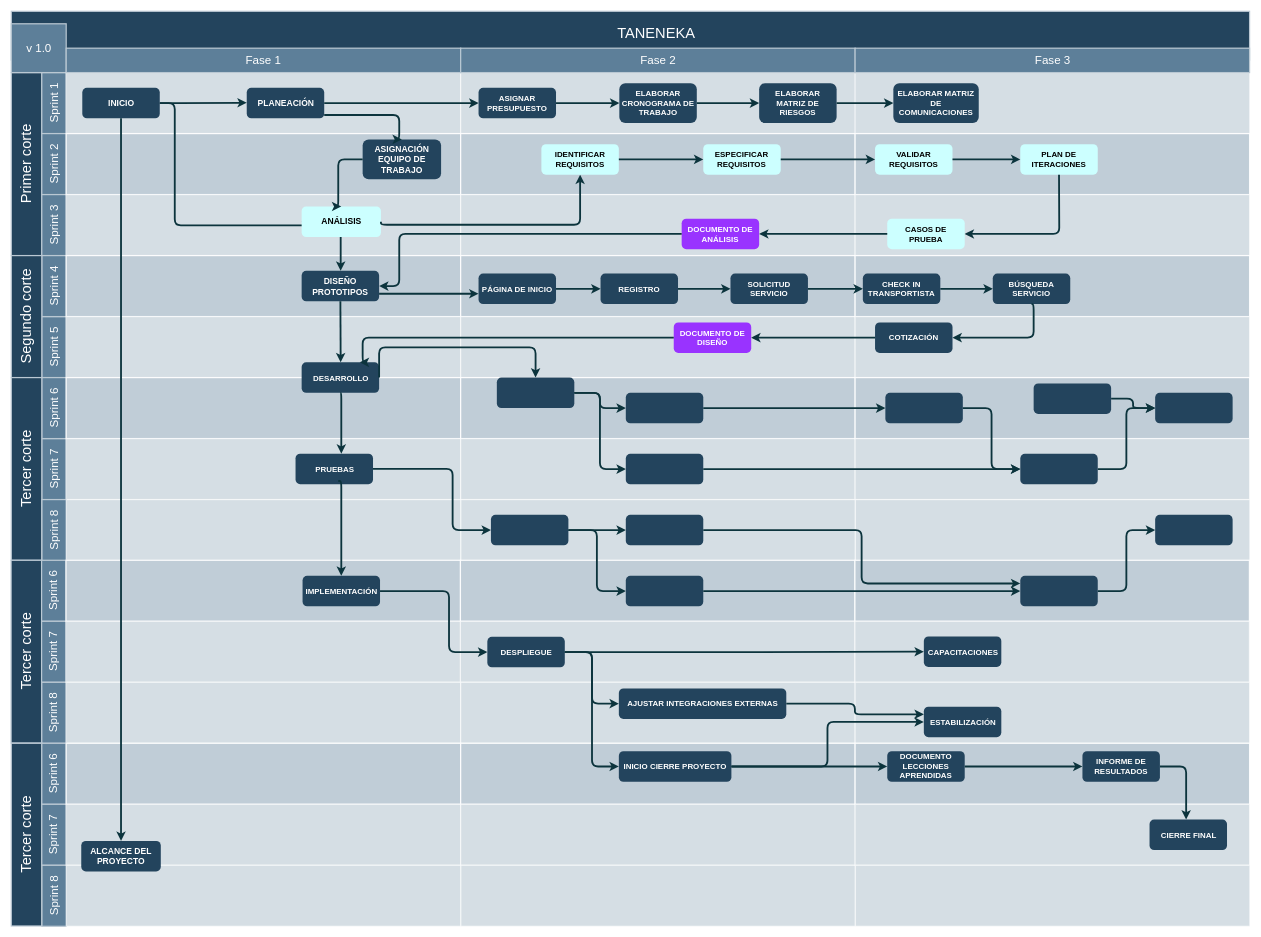
This is src/Untitled Diagram.drawio from lilitoones/ejercicios-open-bootcamp, a draw.io file, before an edit. Source tidied: cells renumbered, new cells numbered last; positions are measured from the earlier drawing's top-left corner, leaving out a move shared by most shapes. Both pictures are drawn from the tidied source at 61%, with x=0, y=0 at pixel (11, 11).
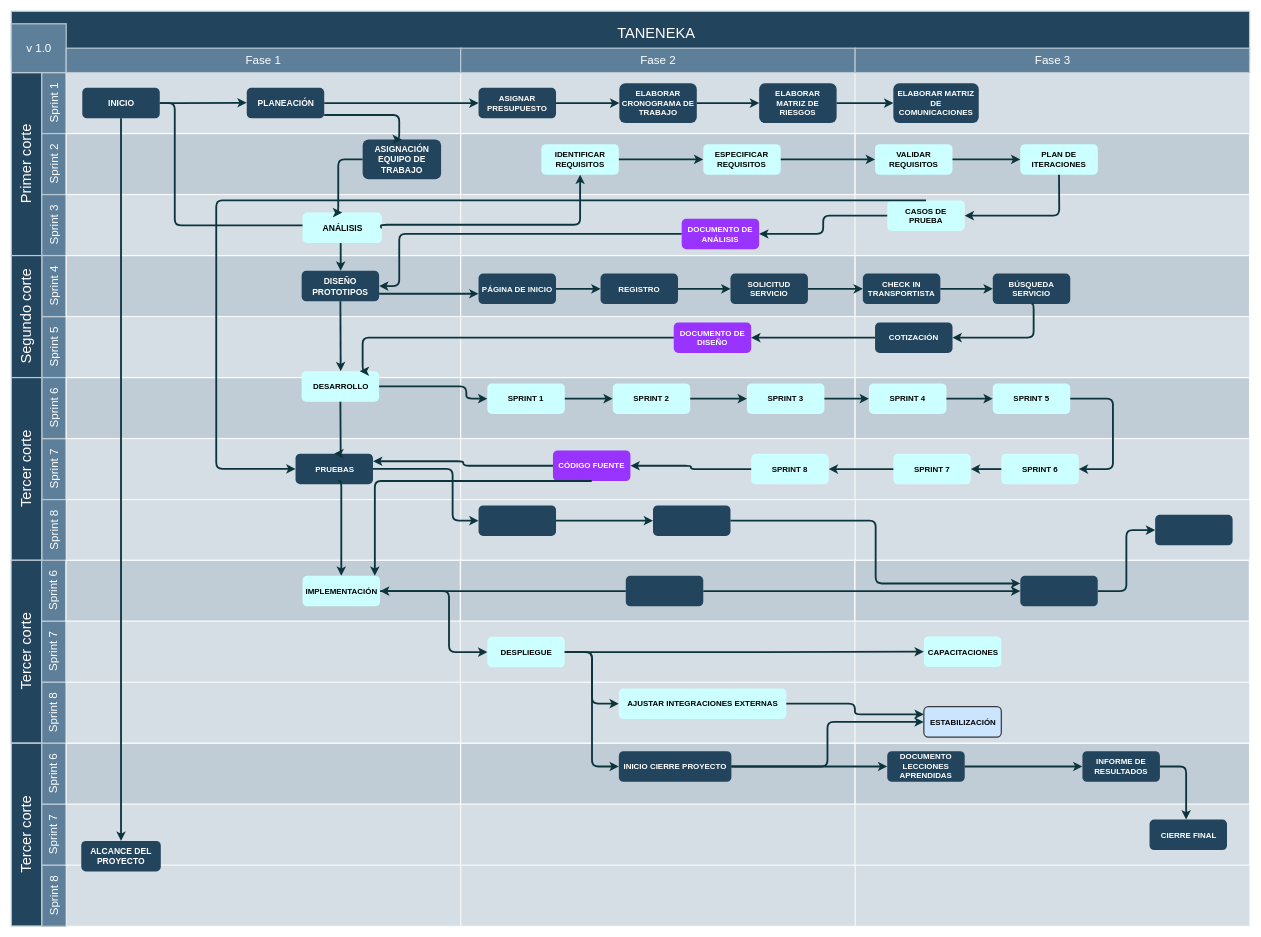
The same diagram, later.

Unchanged cells that the change refers to:
```xml
<mxCell id="106" value="&lt;font style=&quot;vertical-align: inherit ; font-size: 13px&quot;&gt;&lt;font style=&quot;vertical-align: inherit ; font-size: 13px&quot;&gt;&lt;font style=&quot;vertical-align: inherit ; font-size: 13px&quot;&gt;&lt;font style=&quot;vertical-align: inherit ; font-size: 13px&quot; color=&quot;#ffffff&quot;&gt;&lt;b&gt;PRUEBAS&lt;/b&gt;&lt;/font&gt;&lt;/font&gt;&lt;/font&gt;&lt;/font&gt;" style="rounded=1;fillColor=#23445D;strokeColor=none;strokeWidth=2;fontFamily=Helvetica;html=1;gradientColor=none;" parent="1" vertex="1">
  <mxGeometry x="466" y="725.2" width="127" height="50" as="geometry" />
</mxCell>
<mxCell id="112" style="rounded=1;fillColor=#23445D;strokeColor=none;strokeWidth=2;fontFamily=Helvetica;html=1;gradientColor=none;fontSize=13;fontStyle=1;fontColor=#FFFFFF;whiteSpace=wrap;" parent="1" vertex="1">
  <mxGeometry x="1007.4" y="925.5" width="127" height="50" as="geometry" />
</mxCell>
```

Change to the diagram source:
```diff
@@
     <mxCell id="38" value="&lt;font style=&quot;vertical-align: inherit&quot; size=&quot;1&quot;&gt;&lt;b style=&quot;font-size: 14px&quot;&gt;ANÁLISIS&lt;/b&gt;&lt;/font&gt;" style="rounded=1;fillColor=#CCFFFF;strokeColor=none;strokeWidth=2;fontFamily=Helvetica;html=1;gradientColor=none;fontColor=#000000;" parent="1" vertex="1">
-      <mxGeometry x="476" y="320" width="130" height="50" as="geometry" />
+      <mxGeometry x="477.5" y="330" width="130" height="50" as="geometry" />
     </mxCell>
@@
-    <mxCell id="40" value="&lt;font style=&quot;vertical-align: inherit ; font-size: 13px&quot;&gt;&lt;font style=&quot;vertical-align: inherit ; font-size: 13px&quot;&gt;&lt;font style=&quot;vertical-align: inherit ; font-size: 13px&quot;&gt;&lt;font style=&quot;vertical-align: inherit ; font-size: 13px&quot; color=&quot;#ffffff&quot;&gt;&lt;b&gt;DESARROLLO&lt;/b&gt;&lt;/font&gt;&lt;/font&gt;&lt;/font&gt;&lt;/font&gt;" style="rounded=1;fillColor=#23445D;strokeColor=none;strokeWidth=2;fontFamily=Helvetica;html=1;gradientColor=none;" parent="1" vertex="1">
-      <mxGeometry x="476" y="575.5" width="127" height="50" as="geometry" />
+    <mxCell id="40" value="&lt;font style=&quot;vertical-align: inherit ; font-size: 13px&quot;&gt;&lt;font style=&quot;vertical-align: inherit ; font-size: 13px&quot;&gt;&lt;font style=&quot;vertical-align: inherit ; font-size: 13px&quot;&gt;&lt;font style=&quot;vertical-align: inherit ; font-size: 13px&quot;&gt;&lt;b&gt;DESARROLLO&lt;/b&gt;&lt;/font&gt;&lt;/font&gt;&lt;/font&gt;&lt;/font&gt;" style="rounded=1;fillColor=#CCFFFF;strokeColor=none;strokeWidth=2;fontFamily=Helvetica;html=1;gradientColor=none;fontColor=#000000;" parent="1" vertex="1">
+      <mxGeometry x="476" y="590" width="127" height="50" as="geometry" />
     </mxCell>
@@
-    <mxCell id="43" style="rounded=1;fillColor=#23445D;strokeColor=none;strokeWidth=2;gradientColor=none;fontFamily=Helvetica;html=1;fontSize=13;fontStyle=1;fontColor=#FFFFFF;whiteSpace=wrap;" parent="1" vertex="1">
-      <mxGeometry x="1875.2" y="625.5" width="127" height="50" as="geometry" />
+    <mxCell id="43" value="SPRINT 5" style="rounded=1;fillColor=#CCFFFF;strokeColor=none;strokeWidth=2;gradientColor=none;fontFamily=Helvetica;html=1;fontSize=13;fontStyle=1;fontColor=#000000;whiteSpace=wrap;" parent="1" vertex="1">
+      <mxGeometry x="1609" y="610" width="127" height="50" as="geometry" />
     </mxCell>
@@
-    <mxCell id="45" style="rounded=1;fillColor=#23445D;strokeColor=none;strokeWidth=2;fontFamily=Helvetica;html=1;gradientColor=none;fontSize=13;fontStyle=1;fontColor=#FFFFFF;whiteSpace=wrap;" parent="1" vertex="1">
-      <mxGeometry x="1007.4" y="725.5" width="127" height="50" as="geometry" />
+    <mxCell id="45" value="CÓDIGO FUENTE" style="rounded=1;fillColor=#9933FF;strokeColor=none;strokeWidth=2;fontFamily=Helvetica;html=1;gradientColor=none;fontSize=13;fontStyle=1;fontColor=#FFFFFF;whiteSpace=wrap;" parent="1" vertex="1">
+      <mxGeometry x="888" y="720" width="127" height="50" as="geometry" />
     </mxCell>
-    <mxCell id="46" style="rounded=1;fillColor=#23445D;strokeColor=none;strokeWidth=2;fontFamily=Helvetica;html=1;gradientColor=none;fontSize=13;fontStyle=1;fontColor=#FFFFFF;whiteSpace=wrap;" parent="1" vertex="1">
-      <mxGeometry x="796" y="600.5" width="127" height="50" as="geometry" />
+    <mxCell id="46" value="SPRINT 1" style="rounded=1;fillColor=#CCFFFF;strokeColor=none;strokeWidth=2;fontFamily=Helvetica;html=1;gradientColor=none;fontSize=13;fontStyle=1;fontColor=#000000;whiteSpace=wrap;" parent="1" vertex="1">
+      <mxGeometry x="780.4" y="610" width="127" height="50" as="geometry" />
     </mxCell>
-    <mxCell id="47" style="rounded=1;fillColor=#23445D;strokeColor=none;strokeWidth=2;fontFamily=Helvetica;html=1;gradientColor=none;fontSize=13;fontStyle=1;fontColor=#FFFFFF;whiteSpace=wrap;" parent="1" vertex="1">
-      <mxGeometry x="1007.4" y="625.5" width="127" height="50" as="geometry" />
+    <mxCell id="47" value="SPRINT 2" style="rounded=1;fillColor=#CCFFFF;strokeColor=none;strokeWidth=2;fontFamily=Helvetica;html=1;gradientColor=none;fontSize=13;fontStyle=1;fontColor=#000000;whiteSpace=wrap;" parent="1" vertex="1">
+      <mxGeometry x="986" y="610" width="127" height="50" as="geometry" />
     </mxCell>
@@
-    <mxCell id="50" style="rounded=1;fillColor=#23445D;strokeColor=none;strokeWidth=2;gradientColor=none;fontFamily=Helvetica;html=1;fontSize=13;fontStyle=1;fontColor=#FFFFFF;whiteSpace=wrap;" parent="1" vertex="1">
-      <mxGeometry x="1676" y="610" width="127" height="50" as="geometry" />
-    </mxCell>
@@
-    <mxCell id="52" style="rounded=1;fillColor=#23445D;strokeColor=none;strokeWidth=2;gradientColor=none;fontFamily=Helvetica;html=1;fontSize=13;fontStyle=1;fontColor=#FFFFFF;whiteSpace=wrap;" parent="1" vertex="1">
-      <mxGeometry x="1432.9" y="625.5" width="127" height="50" as="geometry" />
+    <mxCell id="52" value="SPRINT 3" style="rounded=1;fillColor=#CCFFFF;strokeColor=none;strokeWidth=2;gradientColor=none;fontFamily=Helvetica;html=1;fontSize=13;fontStyle=1;fontColor=#000000;whiteSpace=wrap;" parent="1" vertex="1">
+      <mxGeometry x="1206" y="610" width="127" height="50" as="geometry" />
     </mxCell>
-    <mxCell id="53" style="rounded=1;fillColor=#23445D;strokeColor=none;strokeWidth=2;gradientColor=none;fontFamily=Helvetica;html=1;fontSize=13;fontStyle=1;fontColor=#FFFFFF;whiteSpace=wrap;" parent="1" vertex="1">
-      <mxGeometry x="1654.1" y="725.5" width="127" height="50" as="geometry" />
+    <mxCell id="53" value="SPRINT 4" style="rounded=1;fillColor=#CCFFFF;strokeColor=none;strokeWidth=2;gradientColor=none;fontFamily=Helvetica;html=1;fontSize=13;fontStyle=1;fontColor=#000000;whiteSpace=wrap;" parent="1" vertex="1">
+      <mxGeometry x="1406" y="610" width="127" height="50" as="geometry" />
     </mxCell>
@@
-    <mxCell id="60" style="edgeStyle=elbowEdgeStyle;elbow=horizontal;strokeWidth=3;strokeColor=#0C343D;fontFamily=Helvetica;html=1;exitX=1;exitY=0.5;exitDx=0;exitDy=0;" parent="1" edge="1" source="40" target="46">
+    <mxCell id="60" style="edgeStyle=elbowEdgeStyle;elbow=horizontal;strokeWidth=3;strokeColor=#0C343D;fontFamily=Helvetica;html=1;exitX=1;exitY=0.5;exitDx=0;exitDy=0;entryX=0;entryY=0.5;entryDx=0;entryDy=0;" parent="1" edge="1" source="40" target="46">
       <mxGeometry x="6.4" y="830.5" as="geometry">
         <Array as="points">
+          <mxPoint x="746" y="630" />
           <mxPoint x="776" y="551" />
           <mxPoint x="746" y="545" />
           <mxPoint x="723.5" y="600.5" />
         </Array>
       </mxGeometry>
     </mxCell>
@@
-    <mxCell id="62" style="edgeStyle=elbowEdgeStyle;elbow=horizontal;strokeWidth=3;strokeColor=#0C343D;fontFamily=Helvetica;html=1;" parent="1" edge="1" source="46" target="45">
-      <mxGeometry x="6.4" y="830.5" as="geometry" />
-    </mxCell>
-    <mxCell id="63" style="edgeStyle=elbowEdgeStyle;elbow=horizontal;strokeWidth=3;strokeColor=#0C343D;fontFamily=Helvetica;html=1;" parent="1" edge="1" source="45" target="53">
-      <mxGeometry x="6.4" y="830.5" as="geometry" />
-    </mxCell>
@@
-    <mxCell id="68" style="edgeStyle=elbowEdgeStyle;elbow=horizontal;strokeWidth=3;strokeColor=#0C343D;fontFamily=Helvetica;html=1;" parent="1" edge="1" source="50" target="43">
-      <mxGeometry x="6.4" y="830.5" as="geometry" />
-    </mxCell>
@@
     <mxCell id="108" style="rounded=1;fillColor=#23445D;strokeColor=none;strokeWidth=2;fontFamily=Helvetica;html=1;gradientColor=none;fontSize=13;fontStyle=1;fontColor=#FFFFFF;whiteSpace=wrap;" parent="1" vertex="1">
-      <mxGeometry x="786.3" y="825.5" width="127" height="50" as="geometry" />
+      <mxGeometry x="766" y="810" width="127" height="50" as="geometry" />
     </mxCell>
-    <mxCell id="109" style="edgeStyle=elbowEdgeStyle;elbow=horizontal;strokeWidth=3;strokeColor=#0C343D;fontFamily=Helvetica;html=1;" parent="1" edge="1" source="108" target="112">
+    <mxCell id="109" style="edgeStyle=elbowEdgeStyle;elbow=horizontal;strokeWidth=3;strokeColor=#0C343D;fontFamily=Helvetica;html=1;entryX=1;entryY=0.5;entryDx=0;entryDy=0;exitX=0;exitY=0.5;exitDx=0;exitDy=0;" parent="1" edge="1" source="112" target="119">
       <mxGeometry x="6.4" y="1030.5" as="geometry" />
     </mxCell>
@@
     <mxCell id="111" style="rounded=1;fillColor=#23445D;strokeColor=none;strokeWidth=2;fontFamily=Helvetica;html=1;gradientColor=none;fontSize=13;fontStyle=1;fontColor=#FFFFFF;whiteSpace=wrap;" parent="1" vertex="1">
-      <mxGeometry x="1007.4" y="825.5" width="127" height="50" as="geometry" />
+      <mxGeometry x="1052" y="810" width="127" height="50" as="geometry" />
     </mxCell>
@@
-    <mxCell id="119" value="&lt;font style=&quot;vertical-align: inherit ; font-size: 13px&quot;&gt;&lt;font style=&quot;vertical-align: inherit ; font-size: 13px&quot;&gt;&lt;font style=&quot;vertical-align: inherit ; font-size: 13px&quot;&gt;&lt;font style=&quot;vertical-align: inherit ; font-size: 13px&quot; color=&quot;#ffffff&quot;&gt;&lt;b&gt;IMPLEMENTACIÓN&lt;/b&gt;&lt;/font&gt;&lt;/font&gt;&lt;/font&gt;&lt;/font&gt;" style="rounded=1;fillColor=#23445D;strokeColor=none;strokeWidth=2;fontFamily=Helvetica;html=1;gradientColor=none;" parent="1" vertex="1">
+    <mxCell id="119" value="&lt;font style=&quot;vertical-align: inherit ; font-size: 13px&quot;&gt;&lt;font style=&quot;vertical-align: inherit ; font-size: 13px&quot;&gt;&lt;font style=&quot;vertical-align: inherit ; font-size: 13px&quot;&gt;&lt;font style=&quot;vertical-align: inherit ; font-size: 13px&quot;&gt;&lt;b&gt;IMPLEMENTACIÓN&lt;/b&gt;&lt;/font&gt;&lt;/font&gt;&lt;/font&gt;&lt;/font&gt;" style="rounded=1;fillColor=#CCFFFF;strokeColor=none;strokeWidth=2;fontFamily=Helvetica;html=1;gradientColor=none;fontColor=#000000;" parent="1" vertex="1">
       <mxGeometry x="477.5" y="925.5" width="127" height="50" as="geometry" />
     </mxCell>
@@
-    <mxCell id="121" value="DESPLIEGUE" style="rounded=1;fillColor=#23445D;strokeColor=none;strokeWidth=2;fontFamily=Helvetica;html=1;gradientColor=none;fontSize=13;fontStyle=1;fontColor=#FFFFFF;" parent="1" vertex="1">
+    <mxCell id="121" value="DESPLIEGUE" style="rounded=1;fillColor=#CCFFFF;strokeColor=none;strokeWidth=2;fontFamily=Helvetica;html=1;gradientColor=none;fontSize=13;fontStyle=1;fontColor=#000000;" parent="1" vertex="1">
       <mxGeometry x="780.4" y="1025.5" width="127" height="50" as="geometry" />
     </mxCell>
@@
-    <mxCell id="124" value="AJUSTAR INTEGRACIONES EXTERNAS" style="rounded=1;fillColor=#23445D;strokeColor=none;strokeWidth=2;fontFamily=Helvetica;html=1;gradientColor=none;fontSize=13;fontStyle=1;fontColor=#FFFFFF;" parent="1" vertex="1">
+    <mxCell id="124" value="AJUSTAR INTEGRACIONES EXTERNAS" style="rounded=1;fillColor=#CCFFFF;strokeColor=none;strokeWidth=2;fontFamily=Helvetica;html=1;gradientColor=none;fontSize=13;fontStyle=1;fontColor=#000000;" parent="1" vertex="1">
       <mxGeometry x="996" y="1110" width="274.5" height="50" as="geometry" />
     </mxCell>
@@
-    <mxCell id="128" value="ESTABILIZACIÓN" style="rounded=1;fillColor=#23445D;strokeColor=none;strokeWidth=2;gradientColor=none;fontFamily=Helvetica;html=1;fontSize=13;fontStyle=1;fontColor=#FFFFFF;" parent="1" vertex="1">
+    <mxCell id="128" value="ESTABILIZACIÓN" style="rounded=1;fillColor=#cce5ff;strokeColor=#36393d;strokeWidth=2;fontFamily=Helvetica;html=1;fontSize=13;fontStyle=1;" parent="1" vertex="1">
       <mxGeometry x="1496" y="1140" width="127" height="50" as="geometry" />
     </mxCell>
@@
-    <mxCell id="133" value="CAPACITACIONES" style="rounded=1;fillColor=#23445D;strokeColor=none;strokeWidth=2;gradientColor=none;fontFamily=Helvetica;html=1;fontSize=13;fontStyle=1;fontColor=#FFFFFF;" parent="1" vertex="1">
+    <mxCell id="133" value="CAPACITACIONES" style="rounded=1;fillColor=#CCFFFF;strokeColor=none;strokeWidth=2;gradientColor=none;fontFamily=Helvetica;html=1;fontSize=13;fontStyle=1;fontColor=#000000;" parent="1" vertex="1">
       <mxGeometry x="1496" y="1024.8" width="127" height="50" as="geometry" />
     </mxCell>
@@
-    <mxCell id="138" style="edgeStyle=elbowEdgeStyle;elbow=horizontal;strokeWidth=3;strokeColor=#0C343D;fontFamily=Helvetica;html=1;exitX=0.5;exitY=1;exitDx=0;exitDy=0;" parent="1" edge="1" source="40" target="106">
-      <mxGeometry x="182.1" y="1080" as="geometry">
-        <Array as="points">
-          <mxPoint x="541" y="580" />
-        </Array>
-      </mxGeometry>
-    </mxCell>
@@
     <mxCell id="147" value="CASOS DE PRUEBA" style="rounded=1;fillColor=#CCFFFF;strokeColor=none;strokeWidth=2;gradientColor=none;fontFamily=Helvetica;html=1;fontSize=13;fontStyle=1;fontColor=#000000;whiteSpace=wrap;" parent="1" vertex="1">
-      <mxGeometry x="1436" y="340" width="127" height="50" as="geometry" />
+      <mxGeometry x="1436" y="310" width="127" height="50" as="geometry" />
     </mxCell>
@@
+    <mxCell id="138" style="edgeStyle=elbowEdgeStyle;elbow=horizontal;strokeWidth=3;strokeColor=#0C343D;fontFamily=Helvetica;html=1;entryX=0.5;entryY=0;entryDx=0;entryDy=0;exitX=0.5;exitY=1;exitDx=0;exitDy=0;" parent="1" edge="1" source="40" target="106">
+      <mxGeometry x="-510.5" y="740" as="geometry">
+        <Array as="points">
+          <mxPoint x="540" y="700" />
+        </Array>
+      </mxGeometry>
+    </mxCell>
+    <mxCell id="167" value="SPRINT 6" style="rounded=1;fillColor=#CCFFFF;strokeColor=none;strokeWidth=2;fontFamily=Helvetica;html=1;gradientColor=none;fontSize=13;fontStyle=1;fontColor=#000000;whiteSpace=wrap;" parent="1" vertex="1">
+      <mxGeometry x="1623" y="725.5" width="127" height="50" as="geometry" />
+    </mxCell>
+    <mxCell id="168" value="SPRINT 7" style="rounded=1;fillColor=#CCFFFF;strokeColor=none;strokeWidth=2;fontFamily=Helvetica;html=1;gradientColor=none;fontSize=13;fontStyle=1;fontColor=#000000;whiteSpace=wrap;" parent="1" vertex="1">
+      <mxGeometry x="1446" y="725.5" width="127" height="50" as="geometry" />
+    </mxCell>
+    <mxCell id="169" value="SPRINT 8" style="rounded=1;fillColor=#CCFFFF;strokeColor=none;strokeWidth=2;fontFamily=Helvetica;html=1;gradientColor=none;fontSize=13;fontStyle=1;fontColor=#000000;whiteSpace=wrap;" parent="1" vertex="1">
+      <mxGeometry x="1213" y="725.5" width="127" height="50" as="geometry" />
+    </mxCell>
+    <mxCell id="170" style="edgeStyle=elbowEdgeStyle;elbow=horizontal;strokeWidth=3;strokeColor=#0C343D;fontFamily=Helvetica;html=1;exitX=1;exitY=0.5;exitDx=0;exitDy=0;entryX=1;entryY=0.5;entryDx=0;entryDy=0;" parent="1" edge="1" source="43" target="167">
+      <mxGeometry x="443.3" y="845.5" as="geometry">
+        <Array as="points">
+          <mxPoint x="1806" y="690" />
+          <mxPoint x="1676" y="690" />
+        </Array>
+      </mxGeometry>
+    </mxCell>
+    <mxCell id="171" style="edgeStyle=elbowEdgeStyle;elbow=horizontal;strokeWidth=3;strokeColor=#0C343D;fontFamily=Helvetica;html=1;exitX=0;exitY=0.5;exitDx=0;exitDy=0;entryX=1;entryY=0.5;entryDx=0;entryDy=0;" parent="1" edge="1" source="167" target="168">
+      <mxGeometry x="243.3" y="985.5" as="geometry" />
+    </mxCell>
+    <mxCell id="172" style="edgeStyle=elbowEdgeStyle;elbow=horizontal;strokeWidth=3;strokeColor=#0C343D;fontFamily=Helvetica;html=1;exitX=0;exitY=0.5;exitDx=0;exitDy=0;entryX=1;entryY=0.5;entryDx=0;entryDy=0;" parent="1" edge="1" source="168" target="169">
+      <mxGeometry x="26.4" y="985.5" as="geometry" />
+    </mxCell>
+    <mxCell id="173" style="edgeStyle=elbowEdgeStyle;elbow=horizontal;strokeWidth=3;strokeColor=#0C343D;fontFamily=Helvetica;html=1;exitX=0;exitY=0.5;exitDx=0;exitDy=0;entryX=1;entryY=0.5;entryDx=0;entryDy=0;" parent="1" edge="1" source="169" target="45">
+      <mxGeometry x="-186.6" y="971" as="geometry" />
+    </mxCell>
+    <mxCell id="174" style="edgeStyle=elbowEdgeStyle;elbow=horizontal;strokeWidth=3;strokeColor=#0C343D;fontFamily=Helvetica;html=1;exitX=0;exitY=0.5;exitDx=0;exitDy=0;entryX=1;entryY=0.25;entryDx=0;entryDy=0;" parent="1" edge="1" source="45" target="106">
+      <mxGeometry x="-492.2" y="945.2" as="geometry" />
+    </mxCell>
+    <mxCell id="175" style="edgeStyle=elbowEdgeStyle;elbow=horizontal;strokeWidth=3;strokeColor=#0C343D;fontFamily=Helvetica;html=1;exitX=0.5;exitY=0;exitDx=0;exitDy=0;entryX=0;entryY=0.5;entryDx=0;entryDy=0;" parent="1" edge="1" source="147" target="106">
+      <mxGeometry x="-20.5" y="515.5" as="geometry">
+        <Array as="points">
+          <mxPoint x="336" y="490" />
+          <mxPoint x="736" y="320" />
+          <mxPoint x="336" y="510" />
+          <mxPoint x="756" y="310" />
+          <mxPoint x="366" y="330" />
+          <mxPoint x="746" y="310" />
+          <mxPoint x="396" y="530" />
+          <mxPoint x="1336" y="320" />
+        </Array>
+      </mxGeometry>
+    </mxCell>
+    <mxCell id="176" style="edgeStyle=elbowEdgeStyle;elbow=horizontal;strokeWidth=3;strokeColor=#0C343D;fontFamily=Helvetica;html=1;exitX=0.5;exitY=1;exitDx=0;exitDy=0;" parent="1" edge="1" source="45" target="119">
+      <mxGeometry x="-439.2" y="887.5" as="geometry">
+        <Array as="points">
+          <mxPoint x="596" y="840" />
+          <mxPoint x="586" y="890" />
+          <mxPoint x="606" y="880" />
+          <mxPoint x="636" y="820" />
+        </Array>
+      </mxGeometry>
+    </mxCell>
```
